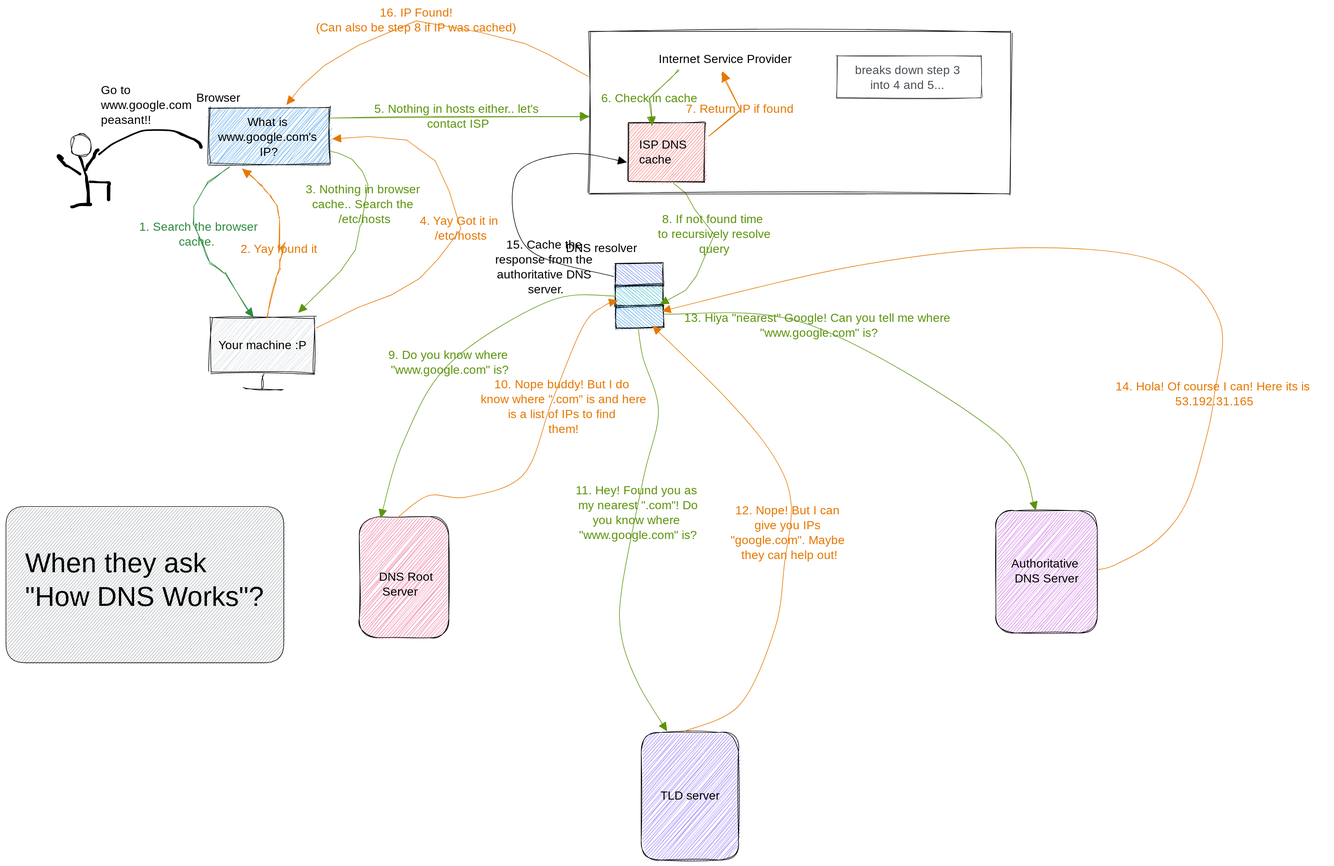
Above: .gitbook/assets/file.excalidraw (2).svg in ArkaprabhaChakraborty/Notes-and-Repertoire (Excalidraw), before the change. Source tidied: one line per element, renumbered; positions are measured from the earlier drawing's top-left corner, leaving out a move shared by most shapes.
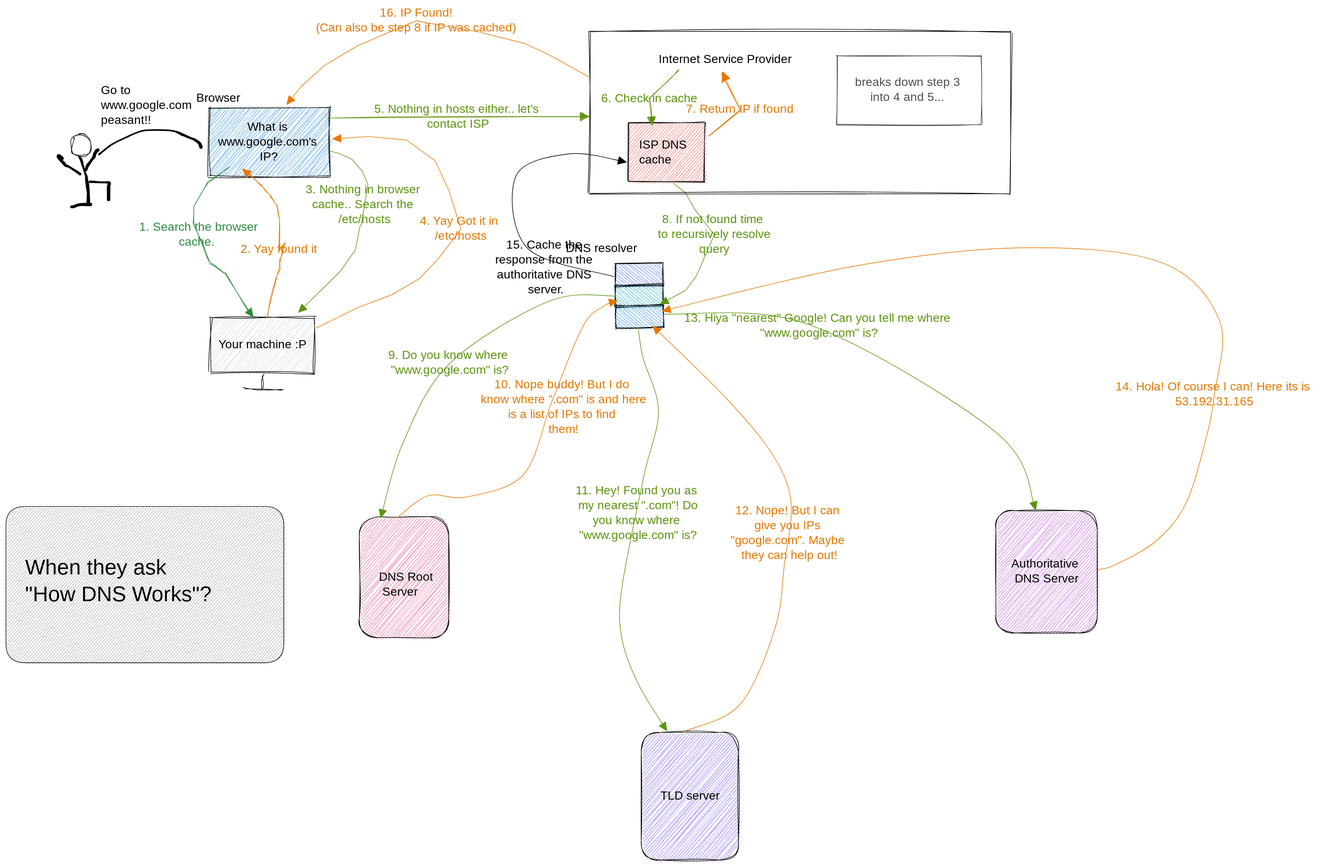
After the commit.

Diff of the diagram source:
```diff
@@ -1,10 +1,10 @@
 {"id": 0, "type": "rectangle", "strokeColor": "#000000", "backgroundColor": "#ced4da", "fillStyle": "hachure", "strokeWidth": 1, "roughness": 2, "x": 343, "y": 523, "width": 175, "height": 92}
-{"id": 1, "type": "text", "text": "Your machine :P", "strokeColor": "#000000", "strokeWidth": 1, "roughness": 1, "fontSize": 20, "fontFamily": 1, "textAlign": "center", "verticalAlign": "middle", "inside": 0, "x": 355, "y": 558, "width": 152, "height": 25}
+{"id": 1, "type": "text", "text": "Your machine :P", "strokeColor": "#000000", "strokeWidth": 1, "roughness": 1, "fontSize": 20, "fontFamily": 1, "textAlign": "center", "verticalAlign": "middle", "inside": 0, "x": 355, "y": 556, "width": 152, "height": 25}
 {"id": 2, "type": "line", "strokeColor": "#000000", "strokeWidth": 1, "roughness": 2, "x": 430, "y": 621, "width": 2, "height": 20, "points": [[0, 0], [2, 20]]}
 {"id": 3, "type": "line", "strokeColor": "#000000", "strokeWidth": 1, "roughness": 2, "x": 400, "y": 644, "width": 63, "height": 1, "points": [[0, 0], [63, -1]]}
 {"id": 4, "type": "freedraw", "strokeColor": "#000000", "strokeWidth": 1, "roughness": 2, "x": 156, "y": 249, "width": 171, "height": 41, "points": [[0, 0], [4, -3], [11, -9], [16, -13], [20, -16], [23, -18], [29, -21], [35, -24], [44, -28], [59, -35], [66, -38], [73, -40], [77, -41], [83, -41], [94, -41], [102, -41], [110, -41], [119, -40], [123, -40], [127, -39], [130, -38], [132, -37], [134, -36], [135, -36], [136, -35], [137, -34], [140, -33], [142, -33], [147, -30], [152, -28], [157, -26], [159, -25], [161, -25], [163, -23], [164, -22], [166, -21], [167, -20], [168, -19], [169, -18], [170, -17], [170, -16], [170, -15], [171, -14], [171, -13], [171, -12], [171, -12]]}
-{"id": 5, "type": "rectangle", "strokeColor": "#000000", "backgroundColor": "#228be6", "fillStyle": "hachure", "strokeWidth": 1, "roughness": 2, "x": 340, "y": 171, "width": 202, "height": 94}
+{"id": 5, "type": "rectangle", "strokeColor": "#000000", "backgroundColor": "#228be6", "fillStyle": "hachure", "strokeWidth": 1, "roughness": 2, "x": 340, "y": 171, "width": 202, "height": 115}
-{"id": 6, "type": "text", "text": "What is \nwww.google.com's \nIP?", "strokeColor": "#000000", "strokeWidth": 1, "roughness": 2, "fontSize": 20, "fontFamily": 1, "textAlign": "center", "verticalAlign": "middle", "inside": 5, "x": 358, "y": 184, "width": 167, "height": 75}
+{"id": 6, "type": "text", "text": "What is \nwww.google.com's \nIP?", "strokeColor": "#000000", "strokeWidth": 1, "roughness": 2, "fontSize": 20, "fontFamily": 1, "textAlign": "center", "verticalAlign": "middle", "inside": 5, "x": 358, "y": 191, "width": 167, "height": 75}
 {"id": 7, "type": "text", "text": "Browser", "strokeColor": "#000000", "strokeWidth": 1, "roughness": 2, "fontSize": 20, "fontFamily": 1, "x": 319, "y": 143, "width": 79, "height": 25}
 {"id": 8, "type": "ellipse", "strokeColor": "#000000", "strokeWidth": 1, "roughness": 2, "x": 109, "y": 215, "width": 35, "height": 39}
 {"id": 9, "type": "freedraw", "strokeColor": "#000000", "strokeWidth": 1, "roughness": 2, "x": 123, "y": 253, "width": 15, "height": 82, "points": [[0, 0], [1, 0], [1, 1], [1, 2], [2, 3], [3, 4], [4, 7], [5, 12], [6, 17], [8, 21], [9, 26], [10, 29], [11, 31], [12, 33], [12, 34], [12, 35], [12, 36], [12, 37], [12, 38], [12, 39], [12, 40], [13, 40], [13, 43], [13, 45], [13, 47], [14, 49], [14, 51], [14, 54], [15, 56], [15, 62], [15, 64], [15, 66], [15, 68], [15, 69], [15, 70], [15, 71], [15, 72], [15, 73], [15, 75], [15, 77], [15, 80], [15, 81], [15, 82], [15, 81], [15, 80], [15, 79], [15, 79]]}
@@ -32,8 +32,8 @@
 {"id": 31, "type": "text", "text": "7. Return IP if found", "strokeColor": "#e67700", "strokeWidth": 1, "roughness": 1, "fontSize": 20, "fontFamily": 1, "textAlign": "center", "verticalAlign": "middle", "inside": 30, "x": 1124, "y": 162, "width": 214, "height": 25}
 {"id": 32, "type": "arrow", "strokeColor": "#e67700", "strokeWidth": 1, "roughness": 0, "endArrowhead": "triangle", "from": 42, "to": 5, "x": 977, "y": 118, "width": 506, "height": 140, "points": [[0, 0], [-68, -37], [-107, -55], [-182, -74], [-289, -93], [-386, -52], [-443, -18], [-481, 16], [-506, 47]]}
 {"id": 33, "type": "text", "text": "16. IP Found!\n(Can also be step 8 if IP was cached)", "strokeColor": "#e67700", "strokeWidth": 1, "roughness": 1, "fontSize": 20, "fontFamily": 1, "textAlign": "center", "verticalAlign": "middle", "inside": 32, "x": 492, "y": 0, "width": 393, "height": 50}
-{"id": 34, "type": "rectangle", "strokeColor": "#495057", "strokeWidth": 1, "roughness": 1, "x": 1394, "y": 84, "width": 242, "height": 70}
+{"id": 34, "type": "rectangle", "strokeColor": "#495057", "strokeWidth": 1, "roughness": 1, "x": 1394, "y": 84, "width": 242, "height": 115}
-{"id": 35, "type": "text", "text": "breaks down step 3 \ninto 4 and 5... ", "strokeColor": "#495057", "strokeWidth": 1, "roughness": 1, "fontSize": 20, "fontFamily": 1, "textAlign": "center", "verticalAlign": "middle", "inside": 34, "x": 1413, "y": 96, "width": 205, "height": 50}
+{"id": 35, "type": "text", "text": "breaks down step 3 \ninto 4 and 5... ", "strokeColor": "#495057", "strokeWidth": 1, "roughness": 1, "fontSize": 20, "fontFamily": 1, "textAlign": "center", "verticalAlign": "middle", "inside": 34, "x": 1413, "y": 116, "width": 205, "height": 50}
 {"id": 36, "type": "rectangle", "strokeColor": "#000000", "angle": 1.55, "backgroundColor": "#4c6ef5", "fillStyle": "hachure", "strokeWidth": 1, "roughness": 1, "x": 1043, "y": 411, "width": 38, "height": 80}
 {"id": 37, "type": "rectangle", "strokeColor": "#000000", "angle": 1.55, "backgroundColor": "#15aabf", "fillStyle": "hachure", "strokeWidth": 1, "roughness": 1, "x": 1043, "y": 446, "width": 38, "height": 80}
 {"id": 38, "type": "rectangle", "strokeColor": "#000000", "angle": 1.55, "backgroundColor": "#228be6", "fillStyle": "hachure", "strokeWidth": 1, "roughness": 1, "x": 1044, "y": 481, "width": 38, "height": 80}
@@ -62,4 +62,4 @@
 {"id": 61, "type": "arrow", "strokeColor": "#000000", "strokeWidth": 1, "roughness": 0, "endArrowhead": "triangle", "round": true, "from": 37, "to": 26, "x": 1020, "y": 454, "width": 185, "height": 206, "points": [[0, 0], [-145, -48], [-164, -169], [-74, -206], [21, -192]]}
 {"id": 62, "type": "text", "text": "15. Cache the \nresponse from the \nauthoritative DNS \nserver.", "strokeColor": "#000000", "strokeWidth": 1, "roughness": 1, "fontSize": 20, "fontFamily": 1, "textAlign": "center", "verticalAlign": "middle", "inside": 61, "x": 809, "y": 389, "width": 193, "height": 100}
 {"id": 63, "type": "rectangle", "strokeColor": "#000000", "backgroundColor": "#868e96", "fillStyle": "hachure", "strokeWidth": 1, "roughness": 0, "round": true, "x": 0, "y": 840, "width": 466, "height": 262}
-{"id": 64, "type": "text", "text": "When they ask \n\"How DNS Works\"?", "strokeColor": "#000000", "strokeWidth": 1, "roughness": 0, "fontSize": 45.6, "fontFamily": 1, "x": 32, "y": 910, "width": 397, "height": 114}
+{"id": 64, "type": "text", "text": "When they ask \n\"How DNS Works\"?", "strokeColor": "#000000", "strokeWidth": 1, "roughness": 0, "fontSize": 36, "fontFamily": 1, "x": 32, "y": 922, "width": 313, "height": 90}
```
